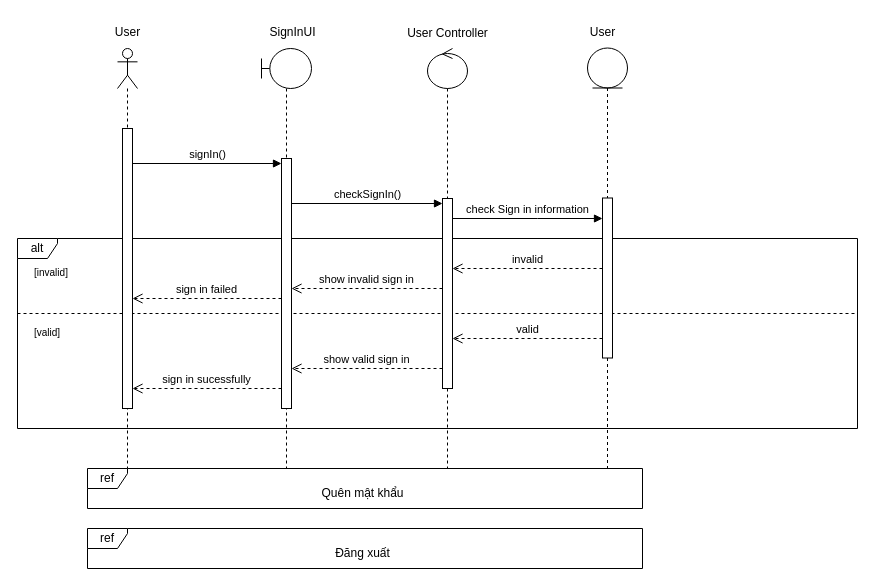
This is page "dang nhap" (1 of 3) of dangnhapSeq.drawio from nhan-ntt/SE, a draw.io file, before an edit. Source tidied: cells renumbered, new cells numbered last; positions are measured from the earlier drawing's top-left corner, leaving out a move shared by most shapes. Both pictures are drawn from the tidied source at 100%, with x=0, y=0 at pixel (17, 17).
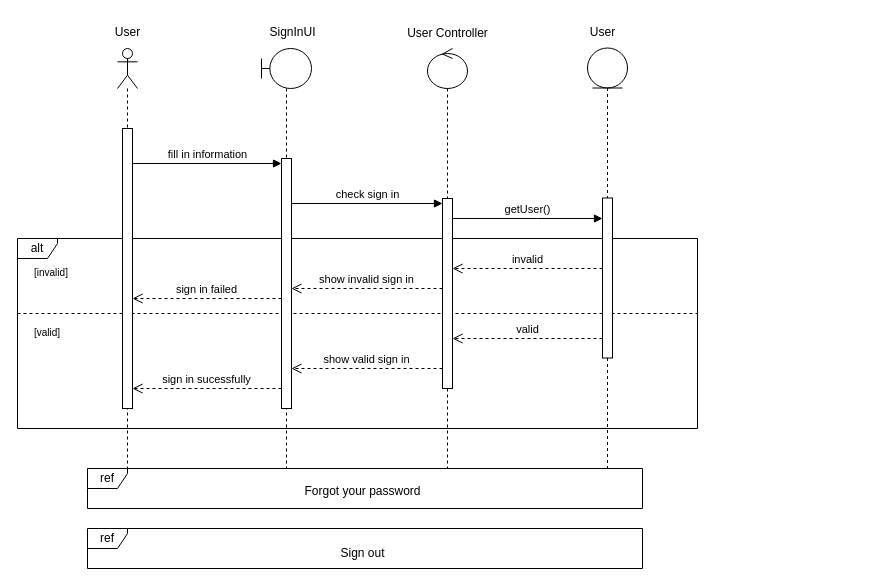
The same page after the edit.

Unchanged cells that the change refers to:
```xml
<mxCell id="11" style="html=1;points=[[0,0,0,0,5],[0,1,0,0,-5],[1,0,0,0,5],[1,1,0,0,-5]];perimeter=orthogonalPerimeter;outlineConnect=0;targetShapes=umlLifeline;portConstraint=eastwest;newEdgeStyle={&quot;curved&quot;:0,&quot;rounded&quot;:0};" parent="10" vertex="1">
  <mxGeometry x="20" y="110" width="10" height="250" as="geometry" />
</mxCell>
<mxCell id="13" style="html=1;points=[[0,0,0,0,5],[0,1,0,0,-5],[1,0,0,0,5],[1,1,0,0,-5]];perimeter=orthogonalPerimeter;outlineConnect=0;targetShapes=umlLifeline;portConstraint=eastwest;newEdgeStyle={&quot;curved&quot;:0,&quot;rounded&quot;:0};" parent="12" vertex="1">
  <mxGeometry x="5" y="80" width="10" height="280" as="geometry" />
</mxCell>
<mxCell id="16" style="html=1;points=[[0,0,0,0,5],[0,1,0,0,-5],[1,0,0,0,5],[1,1,0,0,-5]];perimeter=orthogonalPerimeter;outlineConnect=0;targetShapes=umlLifeline;portConstraint=eastwest;newEdgeStyle={&quot;curved&quot;:0,&quot;rounded&quot;:0};" parent="15" vertex="1">
  <mxGeometry x="15" y="150" width="10" height="190" as="geometry" />
</mxCell>
<mxCell id="24" style="html=1;points=[[0,0,0,0,5],[0,1,0,0,-5],[1,0,0,0,5],[1,1,0,0,-5]];perimeter=orthogonalPerimeter;outlineConnect=0;targetShapes=umlLifeline;portConstraint=eastwest;newEdgeStyle={&quot;curved&quot;:0,&quot;rounded&quot;:0};" parent="23" vertex="1">
  <mxGeometry x="15" y="150" width="10" height="160" as="geometry" />
</mxCell>
```

Diff of the diagram source:
```diff
@@
     <mxCell id="2" value="alt" style="shape=umlFrame;whiteSpace=wrap;html=1;width=40;height=20;" parent="1" vertex="1">
-      <mxGeometry y="221" width="840" height="190" as="geometry" />
+      <mxGeometry y="221" width="680" height="190" as="geometry" />
     </mxCell>
     <mxCell id="3" style="line;strokeWidth=1;dashed=1;labelPosition=center;verticalLabelPosition=bottom;align=left;verticalAlign=top;spacingLeft=20;spacingTop=15;html=1;whiteSpace=wrap;" parent="2" vertex="1">
-      <mxGeometry y="70" width="840" height="10" as="geometry" />
+      <mxGeometry y="70" width="680" height="10" as="geometry" />
     </mxCell>
@@
-    <mxCell id="19" value="signIn()" style="html=1;verticalAlign=bottom;endArrow=block;curved=0;rounded=0;entryX=0;entryY=0;entryDx=0;entryDy=5;entryPerimeter=0;" parent="1" edge="1" source="13" target="11">
+    <mxCell id="19" value="fill in information" style="html=1;verticalAlign=bottom;endArrow=block;curved=0;rounded=0;entryX=0;entryY=0;entryDx=0;entryDy=5;entryPerimeter=0;" parent="1" edge="1" source="13" target="11">
       <mxGeometry relative="1" as="geometry" />
     </mxCell>
@@
-    <mxCell id="21" value="checkSignIn()" style="html=1;verticalAlign=bottom;endArrow=block;curved=0;rounded=0;entryX=0;entryY=0;entryDx=0;entryDy=5;entryPerimeter=0;" parent="1" edge="1" source="11" target="16">
+    <mxCell id="21" value="check sign in" style="html=1;verticalAlign=bottom;endArrow=block;curved=0;rounded=0;entryX=0;entryY=0;entryDx=0;entryDy=5;entryPerimeter=0;" parent="1" edge="1" source="11" target="16">
       <mxGeometry relative="1" as="geometry" />
     </mxCell>
-    <mxCell id="22" value="check Sign in information" style="html=1;verticalAlign=bottom;endArrow=block;curved=0;rounded=0;" parent="1" edge="1" source="16" target="24">
+    <mxCell id="22" value="getUser()" style="html=1;verticalAlign=bottom;endArrow=block;curved=0;rounded=0;" parent="1" edge="1" source="16" target="24">
       <mxGeometry relative="1" as="geometry">
         <Array as="points">
           <mxPoint x="520" y="201" />
         </Array>
       </mxGeometry>
     </mxCell>
@@
-    <mxCell id="28" value="Quên mật khẩu" style="text;html=1;align=center;verticalAlign=middle;strokeColor=none;fillColor=none;" parent="1" vertex="1">
-      <mxGeometry x="290" y="461" width="110" height="30" as="geometry" />
+    <mxCell id="28" value="Forgot your password" style="text;html=1;align=center;verticalAlign=middle;strokeColor=none;fillColor=none;" parent="1" vertex="1">
+      <mxGeometry x="275" y="459" width="140" height="30" as="geometry" />
     </mxCell>
@@
-    <mxCell id="30" value="Đăng xuất" style="text;html=1;align=center;verticalAlign=middle;strokeColor=none;fillColor=none;" parent="1" vertex="1">
-      <mxGeometry x="305" y="521" width="80" height="30" as="geometry" />
+    <mxCell id="30" value="Sign out" style="text;html=1;align=center;verticalAlign=middle;strokeColor=none;fillColor=none;" parent="1" vertex="1">
+      <mxGeometry x="310" y="521" width="70" height="30" as="geometry" />
     </mxCell>
```
